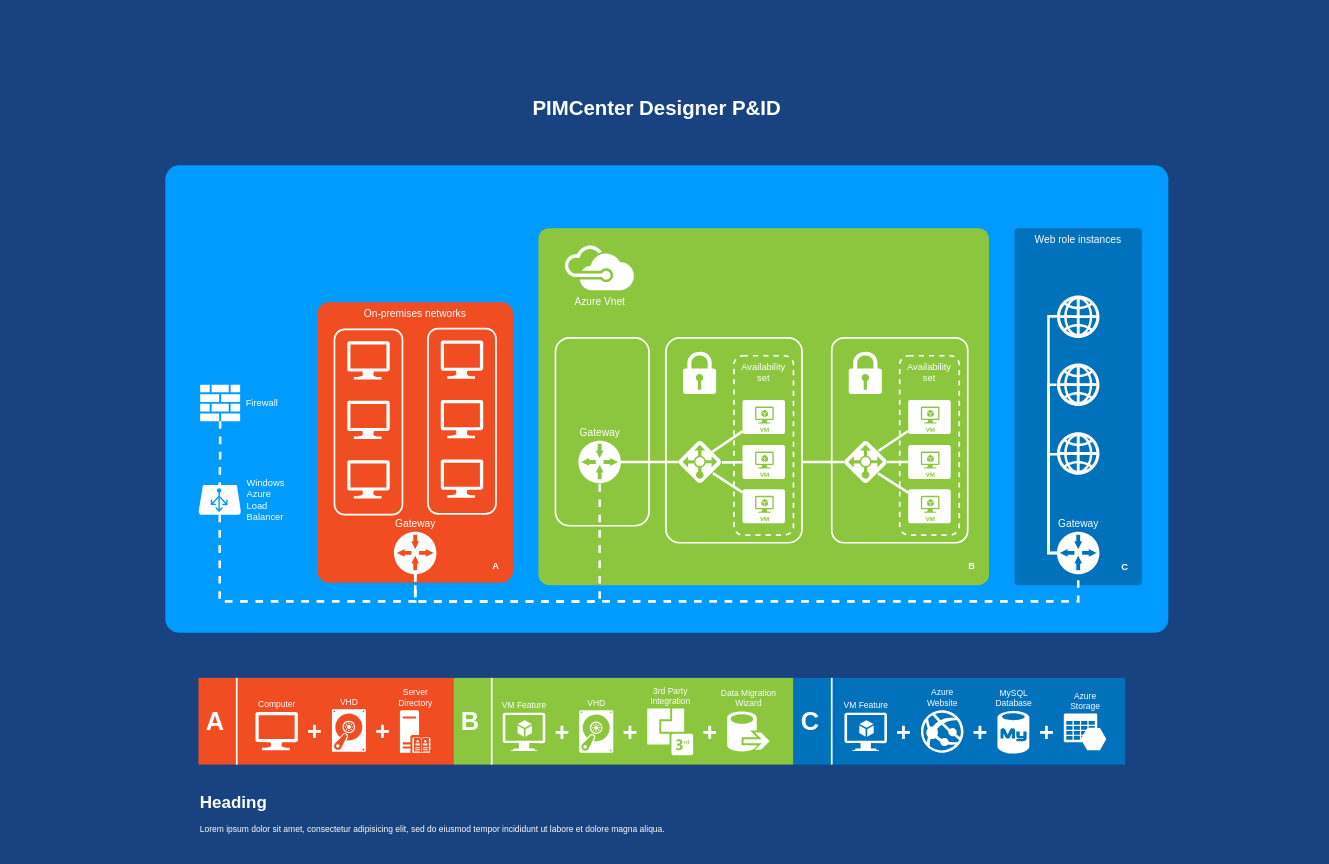
Above: 未命名绘图.drawio in liuyongjian1/java (draw.io), before the change. Source tidied: cells renumbered, new cells numbered last; positions are measured from the earlier drawing's top-left corner, leaving out a move shared by most shapes. Both pictures are drawn from the tidied source at 85%, with x=0, y=0 at pixel (14, 91).
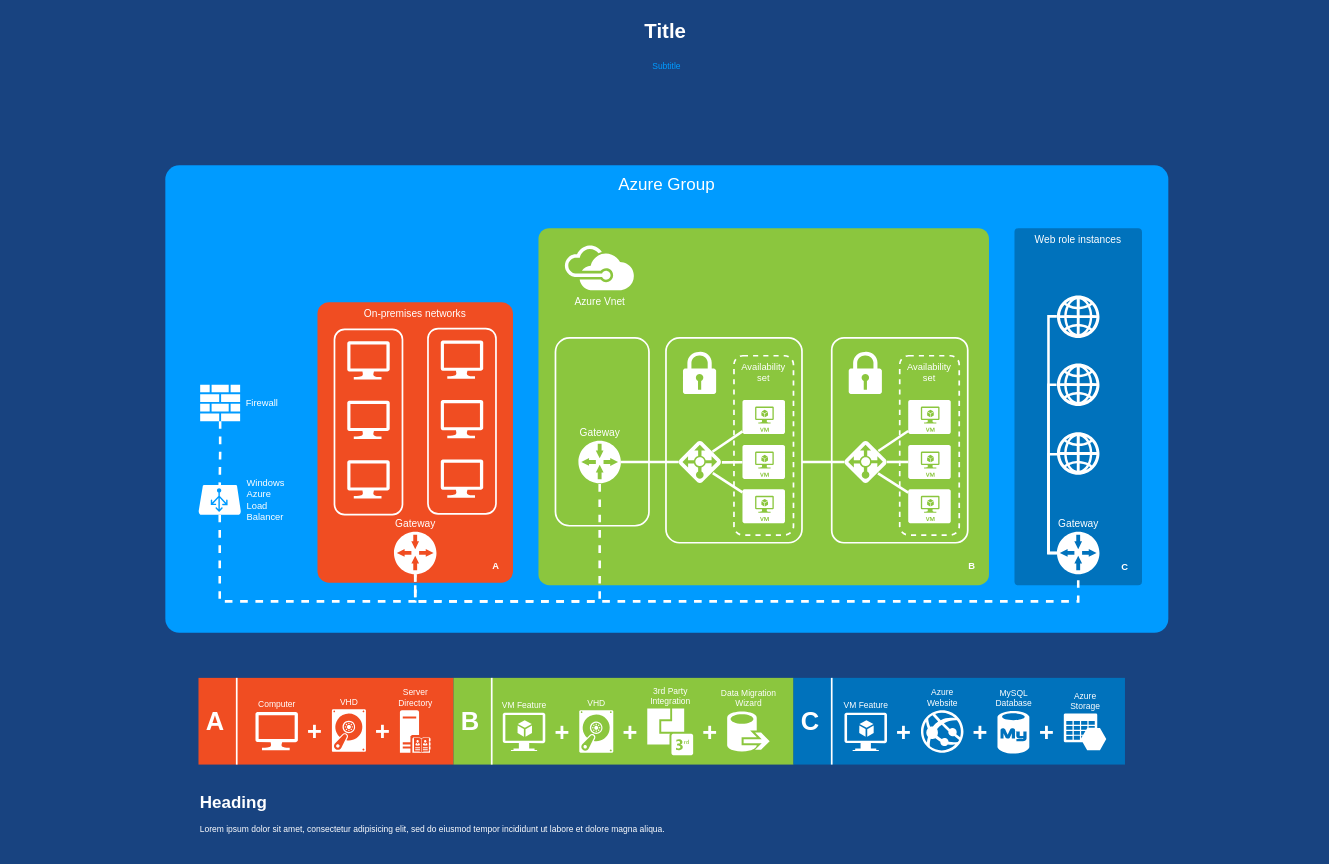
The same page after the edit.

Commit message:
已添加 未命名绘图.drawio

The edit, as a diff of the source:
```diff
@@
-    <mxCell id="2" style="whiteSpace=wrap;html=1;rounded=1;shadow=0;strokeColor=none;strokeWidth=2;fillColor=#009BFF;fontSize=20;fontColor=#FFFFFF;align=center;arcSize=3;verticalAlign=top;spacingTop=4;" parent="1" vertex="1">
+    <mxCell id="2" value="Azure Group" style="whiteSpace=wrap;html=1;rounded=1;shadow=0;strokeColor=none;strokeWidth=2;fillColor=#009BFF;fontSize=20;fontColor=#FFFFFF;align=center;arcSize=3;verticalAlign=top;spacingTop=4;" parent="1" vertex="1">
       <mxGeometry x="177" y="87" width="1180" height="550" as="geometry" />
     </mxCell>
@@
-    <mxCell id="83" value="PIMCenter Designer P&amp;amp;ID" style="text;strokeColor=none;fillColor=none;html=1;fontSize=24;fontStyle=1;verticalAlign=middle;align=center;rounded=0;shadow=0;fontColor=#FFFFFF;" parent="1" vertex="1">
-      <mxGeometry width="1510" height="40" as="geometry" />
+    <mxCell id="83" value="Title" style="text;strokeColor=none;fillColor=none;html=1;fontSize=24;fontStyle=1;verticalAlign=middle;align=center;rounded=0;shadow=0;fontColor=#FFFFFF;" parent="1" vertex="1">
+      <mxGeometry x="10" y="-90" width="1510" height="40" as="geometry" />
     </mxCell>
+    <mxCell id="86" value="Subtitle" style="text;html=1;strokeColor=none;fillColor=none;align=center;verticalAlign=middle;whiteSpace=wrap;rounded=0;shadow=0;fontSize=10;fontColor=#009BFF;" parent="1" vertex="1">
+      <mxGeometry x="4" y="-40" width="1526" height="20" as="geometry" />
+    </mxCell>
```
